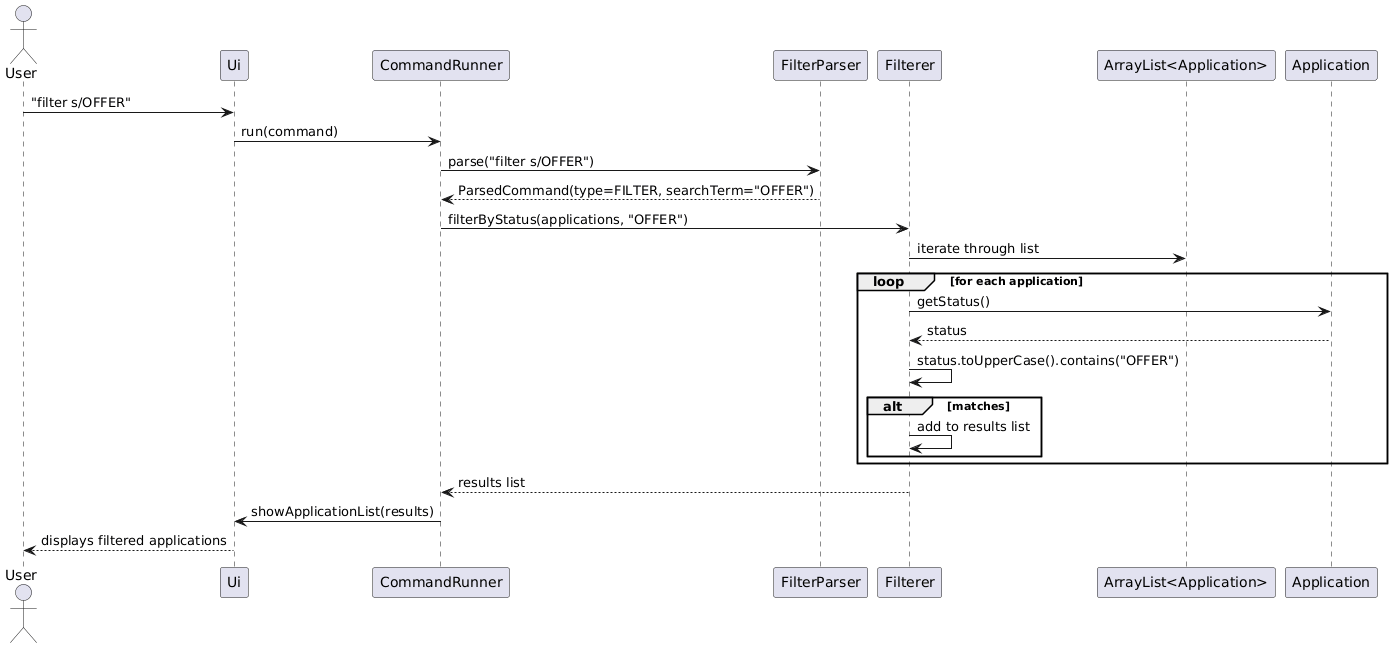
gzc-ceg/tp keeps this PlantUML diagram as docs/diagrams/filter/sequence.png. Above is the earlier version. Its diagram source:
```plantuml
@startuml
actor User
participant Ui
participant CommandRunner
participant FilterParser
participant Filterer
participant "ArrayList<Application>" as AppList
participant Application

User -> Ui : "filter s/OFFER"
Ui -> CommandRunner : run(command)
CommandRunner -> FilterParser : parse("filter s/OFFER")
FilterParser --> CommandRunner : ParsedCommand(type=FILTER, searchTerm="OFFER")
CommandRunner -> Filterer : filterByStatus(applications, "OFFER")
Filterer -> AppList : iterate through list

loop for each application
    Filterer -> Application : getStatus()
    Application --> Filterer : status
    Filterer -> Filterer : status.toUpperCase().contains("OFFER")
    alt matches
        Filterer -> Filterer : add to results list
    end
end

Filterer --> CommandRunner : results list
CommandRunner -> Ui : showApplicationList(results)
Ui --> User : displays filtered applications
@enduml
```
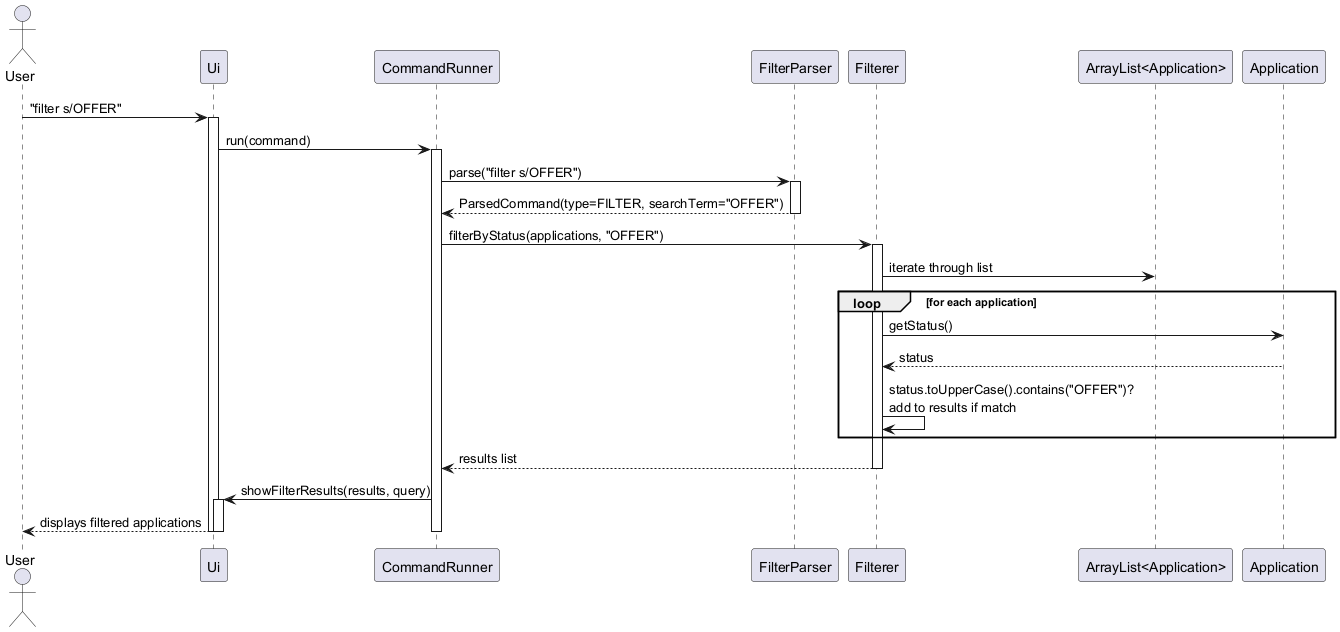
Later version of the same file.

Commit message:
docs: regenerate filter and tag sequence diagrams (PlantUML)

PNG now matches sequence.puml (filter s/OFFER, TaggerParser). Closes #187.

Made-with: Cursor

Diff of the diagram source:
```diff
@@ -8,22 +8,29 @@
 participant Application
 
 User -> Ui : "filter s/OFFER"
+activate Ui
 Ui -> CommandRunner : run(command)
+activate CommandRunner
 CommandRunner -> FilterParser : parse("filter s/OFFER")
+activate FilterParser
 FilterParser --> CommandRunner : ParsedCommand(type=FILTER, searchTerm="OFFER")
+deactivate FilterParser
 CommandRunner -> Filterer : filterByStatus(applications, "OFFER")
+activate Filterer
 Filterer -> AppList : iterate through list
 
 loop for each application
     Filterer -> Application : getStatus()
     Application --> Filterer : status
-    Filterer -> Filterer : status.toUpperCase().contains("OFFER")
-    alt matches
-        Filterer -> Filterer : add to results list
-    end
+    Filterer -> Filterer : status.toUpperCase().contains("OFFER")?\nadd to results if match
 end
 
 Filterer --> CommandRunner : results list
-CommandRunner -> Ui : showApplicationList(results)
+deactivate Filterer
+CommandRunner -> Ui : showFilterResults(results, query)
+activate Ui
 Ui --> User : displays filtered applications
+deactivate Ui
+deactivate CommandRunner
+deactivate Ui
 @enduml
```
